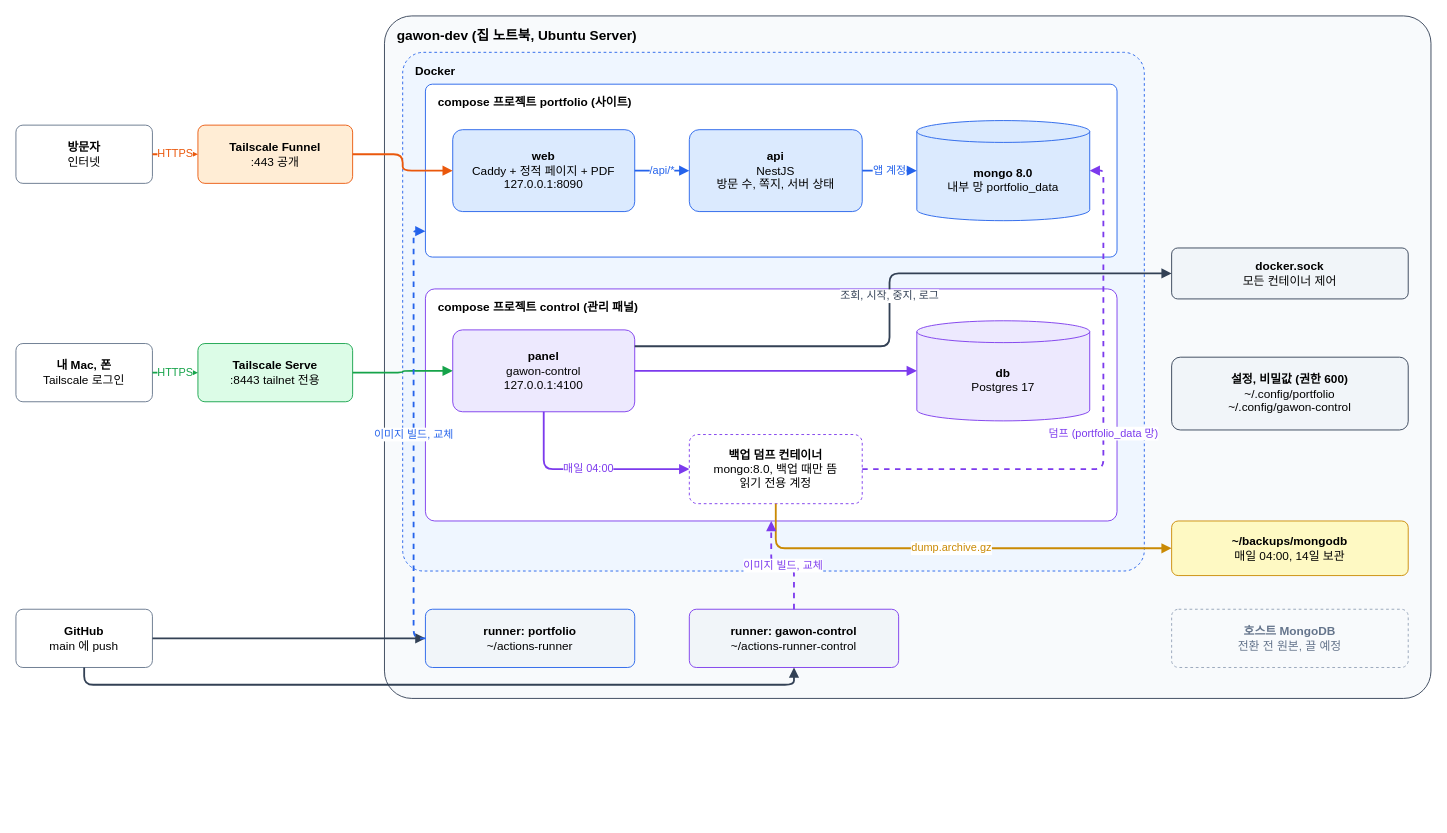
Before: docs/diagrams/architecture.drawio in wongakim-99/portfolio, a draw.io diagram. Source tidied: cells renumbered, new cells numbered last; positions are measured from the earlier drawing's top-left corner, leaving out a move shared by most shapes. Both pictures are drawn from the tidied source at 91%, with x=0, y=0 at pixel (15, 15).
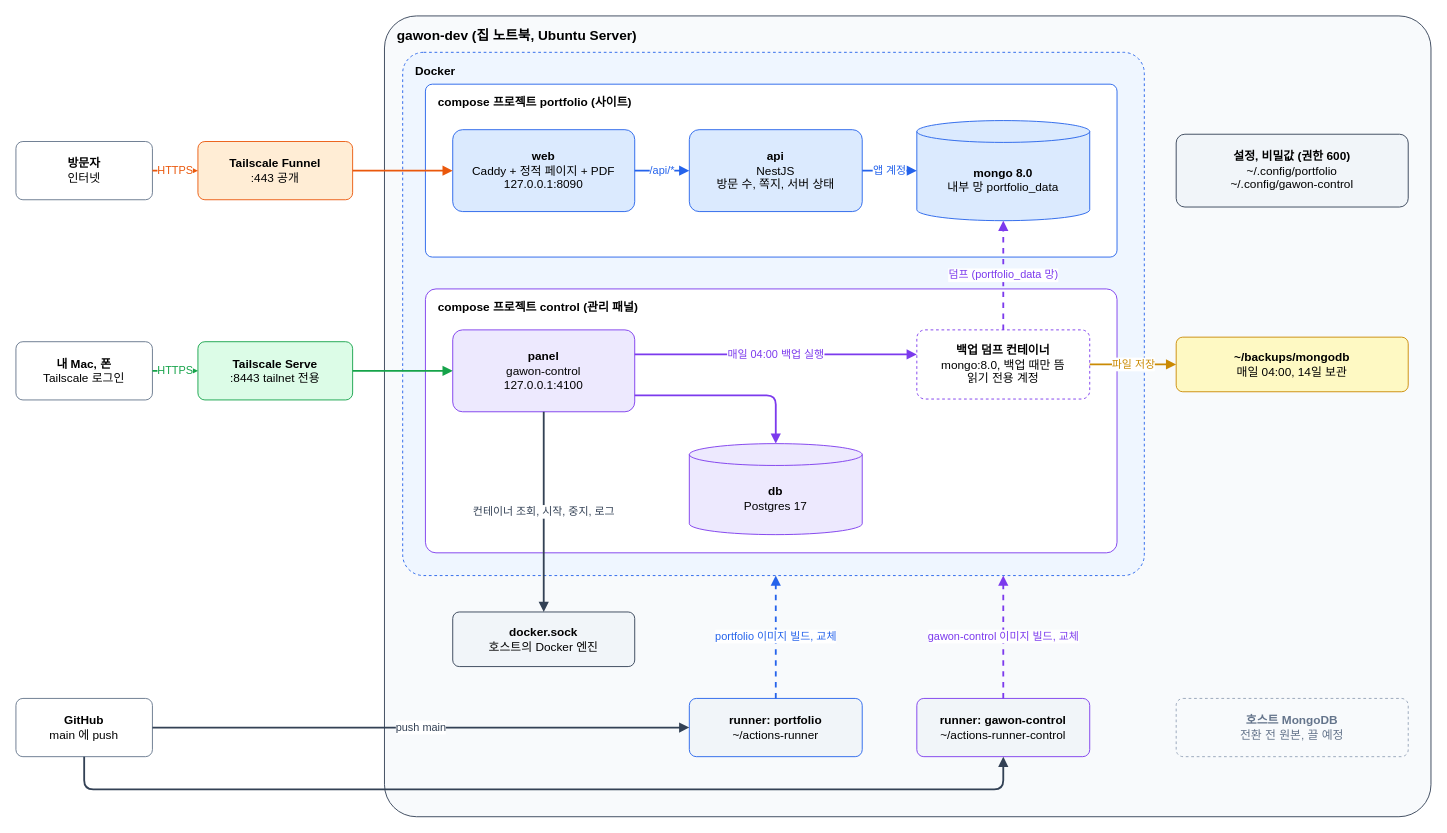
The same diagram, later.

Commit message (it also covers changes not shown here):
docs(portfolio): 다이어그램 선이 겹치지 않도록 배치와 연결을 다시 정리함

Unchanged cells that the change refers to:
```xml
<mxCell id="9" value="compose 프로젝트 portfolio  (사이트)" style="rounded=1;whiteSpace=wrap;html=1;arcSize=4;verticalAlign=top;align=left;spacingLeft=12;spacingTop=6;fontStyle=1;fillColor=#FFFFFF;strokeColor=#2563EB;fontFamily=Apple SD Gothic Neo;fontSize=13;" parent="1" vertex="1">
  <mxGeometry x="450" y="75" width="760" height="190" as="geometry" />
</mxCell>
<mxCell id="10" value="&lt;b&gt;web&lt;/b&gt;&lt;br&gt;Caddy + 정적 페이지 + PDF&lt;br&gt;127.0.0.1:8090" style="rounded=1;whiteSpace=wrap;html=1;arcSize=12;fillColor=#DBEAFE;strokeColor=#2563EB;fontFamily=Apple SD Gothic Neo;fontSize=13;" parent="1" vertex="1">
  <mxGeometry x="480" y="125" width="200" height="90" as="geometry" />
</mxCell>
<mxCell id="11" value="&lt;b&gt;api&lt;/b&gt;&lt;br&gt;NestJS&lt;br&gt;방문 수, 쪽지, 서버 상태" style="rounded=1;whiteSpace=wrap;html=1;arcSize=12;fillColor=#DBEAFE;strokeColor=#2563EB;fontFamily=Apple SD Gothic Neo;fontSize=13;" parent="1" vertex="1">
  <mxGeometry x="740" y="125" width="190" height="90" as="geometry" />
</mxCell>
<mxCell id="12" value="&lt;b&gt;mongo 8.0&lt;/b&gt;&lt;br&gt;내부 망 portfolio_data" style="shape=cylinder3;whiteSpace=wrap;html=1;boundedLbl=1;size=12;fillColor=#DBEAFE;strokeColor=#2563EB;fontFamily=Apple SD Gothic Neo;fontSize=13;" parent="1" vertex="1">
  <mxGeometry x="990" y="115" width="190" height="110" as="geometry" />
</mxCell>
<mxCell id="14" value="&lt;b&gt;panel&lt;/b&gt;&lt;br&gt;gawon-control&lt;br&gt;127.0.0.1:4100" style="rounded=1;whiteSpace=wrap;html=1;arcSize=12;fillColor=#EDE9FE;strokeColor=#7C3AED;fontFamily=Apple SD Gothic Neo;fontSize=13;" parent="1" vertex="1">
  <mxGeometry x="480" y="345" width="200" height="90" as="geometry" />
</mxCell>
```

Change to the diagram source:
```diff
@@
     <mxCell id="2" value="&lt;b&gt;방문자&lt;/b&gt;&lt;br&gt;인터넷" style="rounded=1;whiteSpace=wrap;html=1;arcSize=12;fillColor=#FFFFFF;strokeColor=#64748B;fontFamily=Apple SD Gothic Neo;fontSize=13;" parent="1" vertex="1">
-      <mxGeometry y="120" width="150" height="64" as="geometry" />
+      <mxGeometry y="138" width="150" height="64" as="geometry" />
     </mxCell>
-    <mxCell id="3" value="&lt;b&gt;내 Mac, 폰&lt;/b&gt;&lt;br&gt;Tailscale 로그인" style="rounded=1;whiteSpace=wrap;html=1;arcSize=12;fillColor=#FFFFFF;strokeColor=#64748B;fontFamily=Apple SD Gothic Neo;fontSize=13;" parent="1" vertex="1">
-      <mxGeometry y="360" width="150" height="64" as="geometry" />
+    <mxCell id="3" value="&lt;b&gt;Tailscale Funnel&lt;/b&gt;&lt;br&gt;:443 공개" style="rounded=1;whiteSpace=wrap;html=1;arcSize=12;fillColor=#FFEDD5;strokeColor=#EA580C;fontFamily=Apple SD Gothic Neo;fontSize=13;" parent="1" vertex="1">
+      <mxGeometry x="200" y="138" width="170" height="64" as="geometry" />
     </mxCell>
-    <mxCell id="4" value="&lt;b&gt;GitHub&lt;/b&gt;&lt;br&gt;main 에 push" style="rounded=1;whiteSpace=wrap;html=1;arcSize=12;fillColor=#FFFFFF;strokeColor=#64748B;fontFamily=Apple SD Gothic Neo;fontSize=13;" parent="1" vertex="1">
-      <mxGeometry y="652" width="150" height="64" as="geometry" />
+    <mxCell id="4" value="&lt;b&gt;내 Mac, 폰&lt;/b&gt;&lt;br&gt;Tailscale 로그인" style="rounded=1;whiteSpace=wrap;html=1;arcSize=12;fillColor=#FFFFFF;strokeColor=#64748B;fontFamily=Apple SD Gothic Neo;fontSize=13;" parent="1" vertex="1">
+      <mxGeometry y="358" width="150" height="64" as="geometry" />
     </mxCell>
-    <mxCell id="5" value="&lt;b&gt;Tailscale Funnel&lt;/b&gt;&lt;br&gt;:443 공개" style="rounded=1;whiteSpace=wrap;html=1;arcSize=12;fillColor=#FFEDD5;strokeColor=#EA580C;fontFamily=Apple SD Gothic Neo;fontSize=13;" parent="1" vertex="1">
-      <mxGeometry x="200" y="120" width="170" height="64" as="geometry" />
+    <mxCell id="5" value="&lt;b&gt;Tailscale Serve&lt;/b&gt;&lt;br&gt;:8443 tailnet 전용" style="rounded=1;whiteSpace=wrap;html=1;arcSize=12;fillColor=#DCFCE7;strokeColor=#16A34A;fontFamily=Apple SD Gothic Neo;fontSize=13;" parent="1" vertex="1">
+      <mxGeometry x="200" y="358" width="170" height="64" as="geometry" />
     </mxCell>
-    <mxCell id="6" value="&lt;b&gt;Tailscale Serve&lt;/b&gt;&lt;br&gt;:8443 tailnet 전용" style="rounded=1;whiteSpace=wrap;html=1;arcSize=12;fillColor=#DCFCE7;strokeColor=#16A34A;fontFamily=Apple SD Gothic Neo;fontSize=13;" parent="1" vertex="1">
-      <mxGeometry x="200" y="360" width="170" height="64" as="geometry" />
+    <mxCell id="6" value="&lt;b&gt;GitHub&lt;/b&gt;&lt;br&gt;main 에 push" style="rounded=1;whiteSpace=wrap;html=1;arcSize=12;fillColor=#FFFFFF;strokeColor=#64748B;fontFamily=Apple SD Gothic Neo;fontSize=13;" parent="1" vertex="1">
+      <mxGeometry y="750" width="150" height="64" as="geometry" />
     </mxCell>
     <mxCell id="7" value="gawon-dev  (집 노트북, Ubuntu Server)" style="rounded=1;whiteSpace=wrap;html=1;arcSize=4;verticalAlign=top;align=left;spacingLeft=12;spacingTop=6;fontStyle=1;fillColor=#F8FAFC;strokeColor=#334155;fontFamily=Apple SD Gothic Neo;fontSize=13;fontSize=15;" parent="1" vertex="1">
-      <mxGeometry x="405" width="1150" height="750" as="geometry" />
+      <mxGeometry x="405" width="1150" height="880" as="geometry" />
     </mxCell>
     <mxCell id="8" value="Docker" style="rounded=1;whiteSpace=wrap;html=1;arcSize=4;verticalAlign=top;align=left;spacingLeft=12;spacingTop=6;fontStyle=1;fillColor=#EFF6FF;strokeColor=#2563EB;fontFamily=Apple SD Gothic Neo;fontSize=13;dashed=1;" parent="1" vertex="1">
-      <mxGeometry x="425" y="40" width="815" height="570" as="geometry" />
+      <mxGeometry x="425" y="40" width="815" height="575" as="geometry" />
     </mxCell>
@@
     <mxCell id="13" value="compose 프로젝트 control  (관리 패널)" style="rounded=1;whiteSpace=wrap;html=1;arcSize=4;verticalAlign=top;align=left;spacingLeft=12;spacingTop=6;fontStyle=1;fillColor=#FFFFFF;strokeColor=#7C3AED;fontFamily=Apple SD Gothic Neo;fontSize=13;" parent="1" vertex="1">
-      <mxGeometry x="450" y="300" width="760" height="255" as="geometry" />
+      <mxGeometry x="450" y="300" width="760" height="290" as="geometry" />
     </mxCell>
@@
-    <mxCell id="15" value="&lt;b&gt;db&lt;/b&gt;&lt;br&gt;Postgres 17" style="shape=cylinder3;whiteSpace=wrap;html=1;boundedLbl=1;size=12;fillColor=#EDE9FE;strokeColor=#7C3AED;fontFamily=Apple SD Gothic Neo;fontSize=13;" parent="1" vertex="1">
-      <mxGeometry x="990" y="335" width="190" height="110" as="geometry" />
+    <mxCell id="15" value="&lt;b&gt;백업 덤프 컨테이너&lt;/b&gt;&lt;br&gt;mongo:8.0, 백업 때만 뜸&lt;br&gt;읽기 전용 계정" style="rounded=1;whiteSpace=wrap;html=1;arcSize=12;fillColor=#FFFFFF;strokeColor=#7C3AED;fontFamily=Apple SD Gothic Neo;fontSize=13;dashed=1;" parent="1" vertex="1">
+      <mxGeometry x="990" y="345" width="190" height="76" as="geometry" />
     </mxCell>
-    <mxCell id="16" value="&lt;b&gt;백업 덤프 컨테이너&lt;/b&gt;&lt;br&gt;mongo:8.0, 백업 때만 뜸&lt;br&gt;읽기 전용 계정" style="rounded=1;whiteSpace=wrap;html=1;arcSize=12;fillColor=#FFFFFF;strokeColor=#7C3AED;fontFamily=Apple SD Gothic Neo;fontSize=13;dashed=1;" parent="1" vertex="1">
-      <mxGeometry x="740" y="460" width="190" height="76" as="geometry" />
+    <mxCell id="16" value="&lt;b&gt;db&lt;/b&gt;&lt;br&gt;Postgres 17" style="shape=cylinder3;whiteSpace=wrap;html=1;boundedLbl=1;size=12;fillColor=#EDE9FE;strokeColor=#7C3AED;fontFamily=Apple SD Gothic Neo;fontSize=13;" parent="1" vertex="1">
+      <mxGeometry x="740" y="470" width="190" height="100" as="geometry" />
     </mxCell>
-    <mxCell id="17" value="&lt;b&gt;docker.sock&lt;/b&gt;&lt;br&gt;모든 컨테이너 제어" style="rounded=1;whiteSpace=wrap;html=1;arcSize=12;fillColor=#F1F5F9;strokeColor=#334155;fontFamily=Apple SD Gothic Neo;fontSize=13;" parent="1" vertex="1">
-      <mxGeometry x="1270" y="255" width="260" height="56" as="geometry" />
+    <mxCell id="17" value="&lt;b&gt;docker.sock&lt;/b&gt;&lt;br&gt;호스트의 Docker 엔진" style="rounded=1;whiteSpace=wrap;html=1;arcSize=12;fillColor=#F1F5F9;strokeColor=#334155;fontFamily=Apple SD Gothic Neo;fontSize=13;" parent="1" vertex="1">
+      <mxGeometry x="480" y="655" width="200" height="60" as="geometry" />
     </mxCell>
     <mxCell id="18" value="&lt;b&gt;설정, 비밀값 (권한 600)&lt;/b&gt;&lt;br&gt;~/.config/portfolio&lt;br&gt;~/.config/gawon-control" style="rounded=1;whiteSpace=wrap;html=1;arcSize=12;fillColor=#F1F5F9;strokeColor=#334155;fontFamily=Apple SD Gothic Neo;fontSize=13;" parent="1" vertex="1">
-      <mxGeometry x="1270" y="375" width="260" height="80" as="geometry" />
+      <mxGeometry x="1275" y="130" width="255" height="80" as="geometry" />
     </mxCell>
     <mxCell id="19" value="&lt;b&gt;~/backups/mongodb&lt;/b&gt;&lt;br&gt;매일 04:00, 14일 보관" style="rounded=1;whiteSpace=wrap;html=1;arcSize=12;fillColor=#FEF9C3;strokeColor=#CA8A04;fontFamily=Apple SD Gothic Neo;fontSize=13;" parent="1" vertex="1">
-      <mxGeometry x="1270" y="555" width="260" height="60" as="geometry" />
+      <mxGeometry x="1275" y="353" width="255" height="60" as="geometry" />
     </mxCell>
     <mxCell id="20" value="&lt;b&gt;runner: portfolio&lt;/b&gt;&lt;br&gt;~/actions-runner" style="rounded=1;whiteSpace=wrap;html=1;arcSize=12;fillColor=#F1F5F9;strokeColor=#2563EB;fontFamily=Apple SD Gothic Neo;fontSize=13;" parent="1" vertex="1">
-      <mxGeometry x="450" y="652" width="230" height="64" as="geometry" />
+      <mxGeometry x="740" y="750" width="190" height="64" as="geometry" />
     </mxCell>
     <mxCell id="21" value="&lt;b&gt;runner: gawon-control&lt;/b&gt;&lt;br&gt;~/actions-runner-control" style="rounded=1;whiteSpace=wrap;html=1;arcSize=12;fillColor=#F1F5F9;strokeColor=#7C3AED;fontFamily=Apple SD Gothic Neo;fontSize=13;" parent="1" vertex="1">
-      <mxGeometry x="740" y="652" width="230" height="64" as="geometry" />
+      <mxGeometry x="990" y="750" width="190" height="64" as="geometry" />
     </mxCell>
     <mxCell id="22" value="&lt;b&gt;호스트 MongoDB&lt;/b&gt;&lt;br&gt;전환 전 원본, 끌 예정" style="rounded=1;whiteSpace=wrap;html=1;arcSize=12;fillColor=#F8FAFC;strokeColor=#94A3B8;fontFamily=Apple SD Gothic Neo;fontSize=13;dashed=1;fontColor=#64748B;" parent="1" vertex="1">
-      <mxGeometry x="1270" y="652" width="260" height="64" as="geometry" />
+      <mxGeometry x="1275" y="750" width="255" height="64" as="geometry" />
     </mxCell>
-    <mxCell id="23" value="HTTPS" style="edgeStyle=orthogonalEdgeStyle;rounded=1;html=1;endArrow=block;endFill=1;strokeWidth=2;strokeColor=#EA580C;fontColor=#EA580C;fontFamily=Apple SD Gothic Neo;fontSize=13;fontSize=12;labelBackgroundColor=#FFFFFF;" parent="1" edge="1" source="2" target="5">
+    <mxCell id="23" value="HTTPS" style="edgeStyle=orthogonalEdgeStyle;rounded=1;html=1;endArrow=block;endFill=1;strokeWidth=2;strokeColor=#EA580C;fontColor=#EA580C;fontFamily=Apple SD Gothic Neo;fontSize=13;fontSize=12;labelBackgroundColor=#FFFFFF;exitX=1;exitY=0.5;entryX=0;entryY=0.5;" parent="1" edge="1" source="2" target="3">
       <mxGeometry relative="1" as="geometry" />
     </mxCell>
-    <mxCell id="24" style="edgeStyle=orthogonalEdgeStyle;rounded=1;html=1;endArrow=block;endFill=1;strokeWidth=2;strokeColor=#EA580C;fontColor=#EA580C;fontFamily=Apple SD Gothic Neo;fontSize=13;fontSize=12;labelBackgroundColor=#FFFFFF;" parent="1" edge="1" source="5" target="10">
+    <mxCell id="24" style="edgeStyle=orthogonalEdgeStyle;rounded=1;html=1;endArrow=block;endFill=1;strokeWidth=2;strokeColor=#EA580C;fontColor=#EA580C;fontFamily=Apple SD Gothic Neo;fontSize=13;fontSize=12;labelBackgroundColor=#FFFFFF;exitX=1;exitY=0.5;entryX=0;entryY=0.5;" parent="1" edge="1" source="3" target="10">
       <mxGeometry relative="1" as="geometry" />
     </mxCell>
-    <mxCell id="25" value="HTTPS" style="edgeStyle=orthogonalEdgeStyle;rounded=1;html=1;endArrow=block;endFill=1;strokeWidth=2;strokeColor=#16A34A;fontColor=#16A34A;fontFamily=Apple SD Gothic Neo;fontSize=13;fontSize=12;labelBackgroundColor=#FFFFFF;" parent="1" edge="1" source="3" target="6">
+    <mxCell id="25" value="/api/*" style="edgeStyle=orthogonalEdgeStyle;rounded=1;html=1;endArrow=block;endFill=1;strokeWidth=2;strokeColor=#2563EB;fontColor=#2563EB;fontFamily=Apple SD Gothic Neo;fontSize=13;fontSize=12;labelBackgroundColor=#FFFFFF;exitX=1;exitY=0.5;entryX=0;entryY=0.5;" parent="1" edge="1" source="10" target="11">
       <mxGeometry relative="1" as="geometry" />
     </mxCell>
-    <mxCell id="26" style="edgeStyle=orthogonalEdgeStyle;rounded=1;html=1;endArrow=block;endFill=1;strokeWidth=2;strokeColor=#16A34A;fontColor=#16A34A;fontFamily=Apple SD Gothic Neo;fontSize=13;fontSize=12;labelBackgroundColor=#FFFFFF;" parent="1" edge="1" source="6" target="14">
+    <mxCell id="26" value="앱 계정" style="edgeStyle=orthogonalEdgeStyle;rounded=1;html=1;endArrow=block;endFill=1;strokeWidth=2;strokeColor=#2563EB;fontColor=#2563EB;fontFamily=Apple SD Gothic Neo;fontSize=13;fontSize=12;labelBackgroundColor=#FFFFFF;exitX=1;exitY=0.5;entryX=0;entryY=0.5;" parent="1" edge="1" source="11" target="12">
       <mxGeometry relative="1" as="geometry" />
     </mxCell>
-    <mxCell id="27" value="/api/*" style="edgeStyle=orthogonalEdgeStyle;rounded=1;html=1;endArrow=block;endFill=1;strokeWidth=2;strokeColor=#2563EB;fontColor=#2563EB;fontFamily=Apple SD Gothic Neo;fontSize=13;fontSize=12;labelBackgroundColor=#FFFFFF;" parent="1" edge="1" source="10" target="11">
+    <mxCell id="27" value="HTTPS" style="edgeStyle=orthogonalEdgeStyle;rounded=1;html=1;endArrow=block;endFill=1;strokeWidth=2;strokeColor=#16A34A;fontColor=#16A34A;fontFamily=Apple SD Gothic Neo;fontSize=13;fontSize=12;labelBackgroundColor=#FFFFFF;exitX=1;exitY=0.5;entryX=0;entryY=0.5;" parent="1" edge="1" source="4" target="5">
       <mxGeometry relative="1" as="geometry" />
     </mxCell>
-    <mxCell id="28" value="앱 계정" style="edgeStyle=orthogonalEdgeStyle;rounded=1;html=1;endArrow=block;endFill=1;strokeWidth=2;strokeColor=#2563EB;fontColor=#2563EB;fontFamily=Apple SD Gothic Neo;fontSize=13;fontSize=12;labelBackgroundColor=#FFFFFF;" parent="1" edge="1" source="11" target="12">
+    <mxCell id="28" style="edgeStyle=orthogonalEdgeStyle;rounded=1;html=1;endArrow=block;endFill=1;strokeWidth=2;strokeColor=#16A34A;fontColor=#16A34A;fontFamily=Apple SD Gothic Neo;fontSize=13;fontSize=12;labelBackgroundColor=#FFFFFF;exitX=1;exitY=0.5;entryX=0;entryY=0.5;" parent="1" edge="1" source="5" target="14">
       <mxGeometry relative="1" as="geometry" />
     </mxCell>
-    <mxCell id="29" style="edgeStyle=orthogonalEdgeStyle;rounded=1;html=1;endArrow=block;endFill=1;strokeWidth=2;strokeColor=#7C3AED;fontColor=#7C3AED;fontFamily=Apple SD Gothic Neo;fontSize=13;fontSize=12;labelBackgroundColor=#FFFFFF;" parent="1" edge="1" source="14" target="15">
+    <mxCell id="29" value="매일 04:00 백업 실행" style="edgeStyle=orthogonalEdgeStyle;rounded=1;html=1;endArrow=block;endFill=1;strokeWidth=2;strokeColor=#7C3AED;fontColor=#7C3AED;fontFamily=Apple SD Gothic Neo;fontSize=13;fontSize=12;labelBackgroundColor=#FFFFFF;exitX=1;exitY=0.3;entryX=0;entryY=0.355;" parent="1" edge="1" source="14" target="15">
       <mxGeometry relative="1" as="geometry" />
     </mxCell>
-    <mxCell id="30" value="조회, 시작, 중지, 로그" style="edgeStyle=orthogonalEdgeStyle;rounded=1;html=1;endArrow=block;endFill=1;strokeWidth=2;strokeColor=#334155;fontColor=#334155;fontFamily=Apple SD Gothic Neo;fontSize=13;fontSize=12;labelBackgroundColor=#FFFFFF;exitX=1;exitY=0.2;entryX=0;entryY=0.5;" parent="1" edge="1" source="14" target="17">
-      <mxGeometry relative="1" as="geometry">
-        <Array as="points">
-          <mxPoint x="960" y="363" />
-          <mxPoint x="960" y="283" />
-        </Array>
-      </mxGeometry>
+    <mxCell id="30" value="파일 저장" style="edgeStyle=orthogonalEdgeStyle;rounded=1;html=1;endArrow=block;endFill=1;strokeWidth=2;strokeColor=#CA8A04;fontColor=#CA8A04;fontFamily=Apple SD Gothic Neo;fontSize=13;fontSize=12;labelBackgroundColor=#FFFFFF;exitX=1;exitY=0.5;entryX=0;entryY=0.5;" parent="1" edge="1" source="15" target="19">
+      <mxGeometry relative="1" as="geometry" />
     </mxCell>
-    <mxCell id="31" value="매일 04:00" style="edgeStyle=orthogonalEdgeStyle;rounded=1;html=1;endArrow=block;endFill=1;strokeWidth=2;strokeColor=#7C3AED;fontColor=#7C3AED;fontFamily=Apple SD Gothic Neo;fontSize=13;fontSize=12;labelBackgroundColor=#FFFFFF;exitX=0.5;exitY=1;entryX=0;entryY=0.5;" parent="1" edge="1" source="14" target="16">
-      <mxGeometry relative="1" as="geometry">
-        <Array as="points">
-          <mxPoint x="580" y="498" />
-        </Array>
-      </mxGeometry>
+    <mxCell id="31" value="덤프 (portfolio_data 망)" style="edgeStyle=orthogonalEdgeStyle;rounded=1;html=1;endArrow=block;endFill=1;strokeWidth=2;strokeColor=#7C3AED;fontColor=#7C3AED;fontFamily=Apple SD Gothic Neo;fontSize=13;fontSize=12;labelBackgroundColor=#FFFFFF;dashed=1;exitX=0.5;exitY=0;entryX=0.5;entryY=1;" parent="1" edge="1" source="15" target="12">
+      <mxGeometry relative="1" as="geometry" />
     </mxCell>
-    <mxCell id="32" value="덤프 (portfolio_data 망)" style="edgeStyle=orthogonalEdgeStyle;rounded=1;html=1;endArrow=block;endFill=1;strokeWidth=2;strokeColor=#7C3AED;fontColor=#7C3AED;fontFamily=Apple SD Gothic Neo;fontSize=13;fontSize=12;labelBackgroundColor=#FFFFFF;dashed=1;exitX=1;exitY=0.5;entryX=1;entryY=0.5;" parent="1" edge="1" source="16" target="12">
+    <mxCell id="32" style="edgeStyle=orthogonalEdgeStyle;rounded=1;html=1;endArrow=block;endFill=1;strokeWidth=2;strokeColor=#7C3AED;fontColor=#7C3AED;fontFamily=Apple SD Gothic Neo;fontSize=13;fontSize=12;labelBackgroundColor=#FFFFFF;exitX=1;exitY=0.8;entryX=0.5;entryY=0;" parent="1" edge="1" source="14" target="16">
       <mxGeometry relative="1" as="geometry">
         <Array as="points">
-          <mxPoint x="1195" y="498" />
-          <mxPoint x="1195" y="170" />
+          <mxPoint x="835" y="417" />
         </Array>
       </mxGeometry>
     </mxCell>
-    <mxCell id="33" value="dump.archive.gz" style="edgeStyle=orthogonalEdgeStyle;rounded=1;html=1;endArrow=block;endFill=1;strokeWidth=2;strokeColor=#CA8A04;fontColor=#CA8A04;fontFamily=Apple SD Gothic Neo;fontSize=13;fontSize=12;labelBackgroundColor=#FFFFFF;exitX=0.5;exitY=1;entryX=0;entryY=0.5;" parent="1" edge="1" source="16" target="19">
-      <mxGeometry relative="1" as="geometry">
-        <Array as="points">
-          <mxPoint x="835" y="585" />
-        </Array>
-      </mxGeometry>
+    <mxCell id="33" value="컨테이너 조회, 시작, 중지, 로그" style="edgeStyle=orthogonalEdgeStyle;rounded=1;html=1;endArrow=block;endFill=1;strokeWidth=2;strokeColor=#334155;fontColor=#334155;fontFamily=Apple SD Gothic Neo;fontSize=13;fontSize=12;labelBackgroundColor=#FFFFFF;exitX=0.5;exitY=1;entryX=0.5;entryY=0;" parent="1" edge="1" source="14" target="17">
+      <mxGeometry relative="1" as="geometry" />
     </mxCell>
-    <mxCell id="34" style="edgeStyle=orthogonalEdgeStyle;rounded=1;html=1;endArrow=block;endFill=1;strokeWidth=2;strokeColor=#334155;fontColor=#334155;fontFamily=Apple SD Gothic Neo;fontSize=13;fontSize=12;labelBackgroundColor=#FFFFFF;" parent="1" edge="1" source="4" target="20">
+    <mxCell id="34" value="push main" style="edgeStyle=orthogonalEdgeStyle;rounded=1;html=1;endArrow=block;endFill=1;strokeWidth=2;strokeColor=#334155;fontColor=#334155;fontFamily=Apple SD Gothic Neo;fontSize=13;fontSize=12;labelBackgroundColor=#FFFFFF;exitX=1;exitY=0.5;entryX=0;entryY=0.5;" parent="1" edge="1" source="6" target="20">
       <mxGeometry relative="1" as="geometry" />
     </mxCell>
-    <mxCell id="35" style="edgeStyle=orthogonalEdgeStyle;rounded=1;html=1;endArrow=block;endFill=1;strokeWidth=2;strokeColor=#334155;fontColor=#334155;fontFamily=Apple SD Gothic Neo;fontSize=13;fontSize=12;labelBackgroundColor=#FFFFFF;exitX=0.5;exitY=1;entryX=0.5;entryY=1;" parent="1" edge="1" source="4" target="21">
+    <mxCell id="35" style="edgeStyle=orthogonalEdgeStyle;rounded=1;html=1;endArrow=block;endFill=1;strokeWidth=2;strokeColor=#334155;fontColor=#334155;fontFamily=Apple SD Gothic Neo;fontSize=13;fontSize=12;labelBackgroundColor=#FFFFFF;exitX=0.5;exitY=1;entryX=0.5;entryY=1;" parent="1" edge="1" source="6" target="21">
       <mxGeometry relative="1" as="geometry">
         <Array as="points">
-          <mxPoint x="75" y="735" />
-          <mxPoint x="855" y="735" />
+          <mxPoint x="75" y="850" />
+          <mxPoint x="1085" y="850" />
         </Array>
       </mxGeometry>
     </mxCell>
-    <mxCell id="36" value="이미지 빌드, 교체" style="edgeStyle=orthogonalEdgeStyle;rounded=1;html=1;endArrow=block;endFill=1;strokeWidth=2;strokeColor=#2563EB;fontColor=#2563EB;fontFamily=Apple SD Gothic Neo;fontSize=13;fontSize=12;labelBackgroundColor=#FFFFFF;dashed=1;exitX=0;exitY=0.5;entryX=0;entryY=0.85;" parent="1" edge="1" source="20" target="9">
-      <mxGeometry relative="1" as="geometry">
-        <Array as="points">
-          <mxPoint x="437" y="684" />
-          <mxPoint x="437" y="236" />
-        </Array>
-      </mxGeometry>
+    <mxCell id="36" value="portfolio 이미지 빌드, 교체" style="edgeStyle=orthogonalEdgeStyle;rounded=1;html=1;endArrow=block;endFill=1;strokeWidth=2;strokeColor=#2563EB;fontColor=#2563EB;fontFamily=Apple SD Gothic Neo;fontSize=13;fontSize=12;labelBackgroundColor=#FFFFFF;dashed=1;exitX=0.5;exitY=0;entryX=0.50307;entryY=1;" parent="1" edge="1" source="20" target="8">
+      <mxGeometry relative="1" as="geometry" />
     </mxCell>
-    <mxCell id="37" value="이미지 빌드, 교체" style="edgeStyle=orthogonalEdgeStyle;rounded=1;html=1;endArrow=block;endFill=1;strokeWidth=2;strokeColor=#7C3AED;fontColor=#7C3AED;fontFamily=Apple SD Gothic Neo;fontSize=13;fontSize=12;labelBackgroundColor=#FFFFFF;dashed=1;exitX=0.5;exitY=0;entryX=0.5;entryY=1;" parent="1" edge="1" source="21" target="13">
+    <mxCell id="37" value="gawon-control 이미지 빌드, 교체" style="edgeStyle=orthogonalEdgeStyle;rounded=1;html=1;endArrow=block;endFill=1;strokeWidth=2;strokeColor=#7C3AED;fontColor=#7C3AED;fontFamily=Apple SD Gothic Neo;fontSize=13;fontSize=12;labelBackgroundColor=#FFFFFF;dashed=1;exitX=0.5;exitY=0;entryX=0.80982;entryY=1;" parent="1" edge="1" source="21" target="8">
       <mxGeometry relative="1" as="geometry" />
     </mxCell>
```
